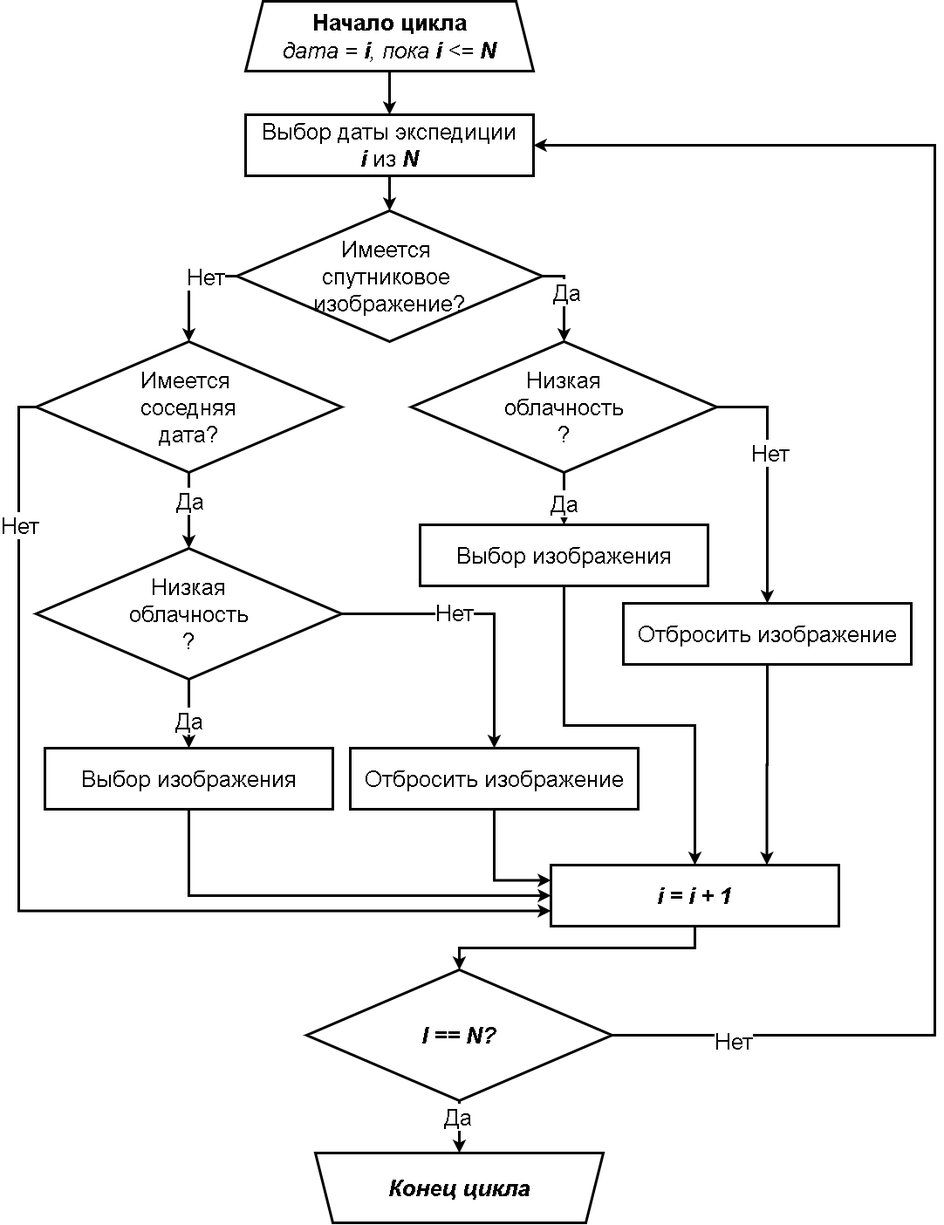
Yerlan999/CowsGPSTracker-KazATU keeps this draw.io diagram as diagrams/Images Filtering Diagram.png. Above is the earlier version. Source tidied: cells renumbered, new cells last; positions are measured from the earlier drawing's top-left corner, leaving out a move shared by most shapes. The source it was exported from:
```xml
<mxGraphModel>
  <root>
    <mxCell id="0" />
    <mxCell id="1" parent="0" />
    <mxCell id="2" style="edgeStyle=orthogonalEdgeStyle;rounded=0;jettySize=auto;html=1;exitX=0.5;exitY=1;exitDx=0;exitDy=0;entryX=0.5;entryY=0;entryDx=0;entryDy=0;strokeWidth=3;fontSize=26;" parent="1" edge="1" source="3" target="23">
      <mxGeometry relative="1" as="geometry" />
    </mxCell>
    <mxCell id="3" value="&lt;span style=&quot;font-size: 26px;&quot;&gt;&lt;font style=&quot;font-size: 26px;&quot;&gt;Выбор даты экспедиции&lt;br style=&quot;font-size: 26px;&quot;&gt;&lt;b style=&quot;font-style: italic; font-size: 26px;&quot;&gt;i &lt;/b&gt;из &lt;b style=&quot;font-style: italic; font-size: 26px;&quot;&gt;N&lt;/b&gt;&lt;/font&gt;&lt;/span&gt;" style="rounded=0;whiteSpace=wrap;html=1;strokeWidth=3;fontSize=26;" parent="1" vertex="1">
      <mxGeometry x="240" y="130" width="330" height="70" as="geometry" />
    </mxCell>
    <mxCell id="4" style="edgeStyle=orthogonalEdgeStyle;rounded=0;jettySize=auto;html=1;exitX=0.5;exitY=1;exitDx=0;exitDy=0;entryX=0.5;entryY=0;entryDx=0;entryDy=0;strokeWidth=3;fontSize=26;" parent="1" edge="1" source="8" target="32">
      <mxGeometry relative="1" as="geometry" />
    </mxCell>
    <mxCell id="5" value="Да" style="edgeLabel;html=1;align=center;verticalAlign=middle;fontSize=26;" parent="4" vertex="1">
      <mxGeometry x="-0.28" relative="1" as="geometry" />
    </mxCell>
    <mxCell id="6" style="edgeStyle=orthogonalEdgeStyle;rounded=0;jettySize=auto;html=1;exitX=0;exitY=0.5;exitDx=0;exitDy=0;entryX=0;entryY=0.75;entryDx=0;entryDy=0;strokeWidth=3;fontSize=26;" parent="1" edge="1" source="8" target="38">
      <mxGeometry relative="1" as="geometry" />
    </mxCell>
    <mxCell id="7" value="Нет" style="edgeLabel;html=1;align=center;verticalAlign=middle;fontSize=26;" parent="6" vertex="1">
      <mxGeometry x="-0.74" relative="1" as="geometry" />
    </mxCell>
    <mxCell id="8" value="&lt;span style=&quot;font-size: 26px;&quot;&gt;&lt;font style=&quot;font-size: 26px;&quot;&gt;Имеется &lt;br style=&quot;font-size: 26px;&quot;&gt;соседняя&lt;br style=&quot;font-size: 26px;&quot;&gt;дата?&lt;/font&gt;&lt;/span&gt;" style="rhombus;whiteSpace=wrap;html=1;strokeWidth=3;fontSize=26;" parent="1" vertex="1">
      <mxGeometry y="390" width="350" height="150" as="geometry" />
    </mxCell>
    <mxCell id="9" style="edgeStyle=orthogonalEdgeStyle;rounded=0;jettySize=auto;html=1;exitX=0.5;exitY=1;exitDx=0;exitDy=0;entryX=0.5;entryY=0;entryDx=0;entryDy=0;strokeWidth=3;fontSize=26;" parent="1" edge="1" source="13" target="25">
      <mxGeometry relative="1" as="geometry" />
    </mxCell>
    <mxCell id="10" value="Да" style="edgeLabel;html=1;align=center;verticalAlign=middle;fontSize=26;" parent="9" vertex="1">
      <mxGeometry x="0.17" y="-1" relative="1" as="geometry" />
    </mxCell>
    <mxCell id="11" style="edgeStyle=orthogonalEdgeStyle;rounded=0;jettySize=auto;html=1;exitX=1;exitY=0.5;exitDx=0;exitDy=0;entryX=0.5;entryY=0;entryDx=0;entryDy=0;strokeWidth=3;fontSize=26;" parent="1" edge="1" source="13" target="27">
      <mxGeometry relative="1" as="geometry" />
    </mxCell>
    <mxCell id="12" value="Нет" style="edgeLabel;html=1;align=center;verticalAlign=middle;fontSize=26;" parent="11" vertex="1">
      <mxGeometry x="-0.22" y="2" relative="1" as="geometry" />
    </mxCell>
    <mxCell id="13" value="&lt;span style=&quot;font-size: 26px;&quot;&gt;Низкая&lt;br style=&quot;font-size: 26px;&quot;&gt;облачность&lt;br style=&quot;font-size: 26px;&quot;&gt;?&lt;/span&gt;" style="rhombus;whiteSpace=wrap;html=1;strokeWidth=3;fontSize=26;" parent="1" vertex="1">
      <mxGeometry x="430" y="390" width="350" height="150" as="geometry" />
    </mxCell>
    <mxCell id="14" style="edgeStyle=orthogonalEdgeStyle;rounded=0;jettySize=auto;html=1;exitX=0.5;exitY=1;exitDx=0;exitDy=0;entryX=0.5;entryY=0;entryDx=0;entryDy=0;strokeWidth=3;fontSize=26;" parent="1" edge="1" source="15" target="3">
      <mxGeometry relative="1" as="geometry" />
    </mxCell>
    <mxCell id="15" value="&lt;span style=&quot;font-size: 26px;&quot;&gt;&lt;b style=&quot;font-size: 26px;&quot;&gt;Начало цикла&lt;/b&gt;&lt;br style=&quot;font-size: 26px;&quot;&gt;&lt;i style=&quot;font-size: 26px;&quot;&gt;дата = &lt;b style=&quot;font-size: 26px;&quot;&gt;i&lt;/b&gt;, пока&amp;nbsp;&lt;/i&gt;&lt;b style=&quot;font-style: italic; font-size: 26px;&quot;&gt;i &lt;/b&gt;&lt;span style=&quot;font-style: italic; font-size: 26px;&quot;&gt;&amp;lt;=&lt;/span&gt;&lt;i style=&quot;font-size: 26px;&quot;&gt;&amp;nbsp;&lt;/i&gt;&lt;b style=&quot;font-style: italic; font-size: 26px;&quot;&gt;N&lt;/b&gt;&lt;br style=&quot;font-size: 26px;&quot;&gt;&lt;/span&gt;" style="shape=trapezoid;perimeter=trapezoidPerimeter;whiteSpace=wrap;html=1;fixedSize=1;strokeWidth=3;fontSize=26;" parent="1" vertex="1">
      <mxGeometry x="240" width="330" height="80" as="geometry" />
    </mxCell>
    <mxCell id="16" style="group;fontSize=26;" parent="1" vertex="1">
      <mxGeometry x="320" y="1320" width="330" height="80" as="geometry" />
    </mxCell>
    <mxCell id="17" style="shape=trapezoid;perimeter=trapezoidPerimeter;whiteSpace=wrap;html=1;fixedSize=1;strokeWidth=3;rotation=-180;horizontal=1;verticalAlign=middle;fontSize=26;" parent="16" vertex="1">
      <mxGeometry width="330" height="80" as="geometry" />
    </mxCell>
    <mxCell id="18" value="&lt;i style=&quot;font-size: 26px;&quot;&gt;&lt;b style=&quot;font-size: 26px;&quot;&gt;Конец цикла&lt;/b&gt;&lt;/i&gt;" style="text;html=1;strokeColor=none;fillColor=none;align=center;verticalAlign=middle;whiteSpace=wrap;rounded=0;fontSize=26;" parent="16" vertex="1">
      <mxGeometry x="60" y="30" width="210" height="20" as="geometry" />
    </mxCell>
    <mxCell id="19" style="edgeStyle=orthogonalEdgeStyle;rounded=0;jettySize=auto;html=1;exitX=1;exitY=0.5;exitDx=0;exitDy=0;entryX=0.5;entryY=0;entryDx=0;entryDy=0;fontSize=26;strokeWidth=3;" parent="1" edge="1" source="23" target="13">
      <mxGeometry relative="1" as="geometry" />
    </mxCell>
    <mxCell id="20" value="Да" style="edgeLabel;html=1;align=center;verticalAlign=middle;fontSize=26;" parent="19" vertex="1">
      <mxGeometry x="-0.13" y="2" relative="1" as="geometry" />
    </mxCell>
    <mxCell id="21" style="edgeStyle=orthogonalEdgeStyle;rounded=0;jettySize=auto;html=1;exitX=0;exitY=0.5;exitDx=0;exitDy=0;entryX=0.5;entryY=0;entryDx=0;entryDy=0;strokeWidth=3;fontSize=26;" parent="1" edge="1" source="23" target="8">
      <mxGeometry relative="1" as="geometry" />
    </mxCell>
    <mxCell id="22" value="Нет" style="edgeLabel;html=1;align=center;verticalAlign=middle;fontSize=26;" parent="21" vertex="1">
      <mxGeometry x="-0.43" relative="1" as="geometry" />
    </mxCell>
    <mxCell id="23" value="&lt;span style=&quot;font-size: 26px;&quot;&gt;&lt;font style=&quot;font-size: 26px;&quot;&gt;Имеется &lt;br style=&quot;font-size: 26px;&quot;&gt;спутниковое &lt;br style=&quot;font-size: 26px;&quot;&gt;изображение?&lt;/font&gt;&lt;/span&gt;" style="rhombus;whiteSpace=wrap;html=1;strokeWidth=3;fontSize=26;" parent="1" vertex="1">
      <mxGeometry x="230" y="240" width="350" height="150" as="geometry" />
    </mxCell>
    <mxCell id="24" style="edgeStyle=orthogonalEdgeStyle;rounded=0;jettySize=auto;html=1;exitX=0.5;exitY=1;exitDx=0;exitDy=0;entryX=0.5;entryY=0;entryDx=0;entryDy=0;strokeWidth=3;fontSize=26;" parent="1" edge="1" source="25" target="38">
      <mxGeometry relative="1" as="geometry" />
    </mxCell>
    <mxCell id="25" value="&lt;span style=&quot;font-size: 26px;&quot;&gt;&lt;font style=&quot;font-size: 26px;&quot;&gt;Выбор изображения&lt;/font&gt;&lt;/span&gt;" style="rounded=0;whiteSpace=wrap;html=1;strokeWidth=3;fontSize=26;" parent="1" vertex="1">
      <mxGeometry x="440" y="600" width="330" height="70" as="geometry" />
    </mxCell>
    <mxCell id="26" style="edgeStyle=orthogonalEdgeStyle;rounded=0;jettySize=auto;html=1;exitX=0.5;exitY=1;exitDx=0;exitDy=0;entryX=0.75;entryY=0;entryDx=0;entryDy=0;strokeWidth=3;fontSize=26;" parent="1" edge="1" source="27" target="38">
      <mxGeometry relative="1" as="geometry" />
    </mxCell>
    <mxCell id="27" value="&lt;span style=&quot;font-size: 26px;&quot;&gt;&lt;font style=&quot;font-size: 26px;&quot;&gt;Отбросить изображение&lt;/font&gt;&lt;/span&gt;" style="rounded=0;whiteSpace=wrap;html=1;strokeWidth=3;fontSize=26;" parent="1" vertex="1">
      <mxGeometry x="673" y="690" width="330" height="70" as="geometry" />
    </mxCell>
    <mxCell id="28" style="edgeStyle=orthogonalEdgeStyle;rounded=0;jettySize=auto;html=1;exitX=0.5;exitY=1;exitDx=0;exitDy=0;entryX=0.5;entryY=0;entryDx=0;entryDy=0;strokeWidth=3;fontSize=26;" parent="1" edge="1" source="32" target="34">
      <mxGeometry relative="1" as="geometry" />
    </mxCell>
    <mxCell id="29" value="Да" style="edgeLabel;html=1;align=center;verticalAlign=middle;fontSize=26;" parent="28" vertex="1">
      <mxGeometry x="0.17" y="-1" relative="1" as="geometry" />
    </mxCell>
    <mxCell id="30" style="edgeStyle=orthogonalEdgeStyle;rounded=0;jettySize=auto;html=1;exitX=1;exitY=0.5;exitDx=0;exitDy=0;entryX=0.5;entryY=0;entryDx=0;entryDy=0;strokeWidth=3;fontSize=26;" parent="1" edge="1" source="32" target="36">
      <mxGeometry relative="1" as="geometry" />
    </mxCell>
    <mxCell id="31" value="Нет" style="edgeLabel;html=1;align=center;verticalAlign=middle;fontSize=26;" parent="30" vertex="1">
      <mxGeometry x="-0.22" y="2" relative="1" as="geometry" />
    </mxCell>
    <mxCell id="32" value="&lt;span style=&quot;font-size: 26px;&quot;&gt;Низкая&lt;br style=&quot;font-size: 26px;&quot;&gt;облачность&lt;br style=&quot;font-size: 26px;&quot;&gt;?&lt;/span&gt;" style="rhombus;whiteSpace=wrap;html=1;strokeWidth=3;fontSize=26;" parent="1" vertex="1">
      <mxGeometry y="627" width="350" height="150" as="geometry" />
    </mxCell>
    <mxCell id="33" style="edgeStyle=orthogonalEdgeStyle;rounded=0;jettySize=auto;html=1;exitX=0.5;exitY=1;exitDx=0;exitDy=0;entryX=0;entryY=0.5;entryDx=0;entryDy=0;strokeWidth=3;fontSize=26;" parent="1" edge="1" source="34" target="38">
      <mxGeometry relative="1" as="geometry" />
    </mxCell>
    <mxCell id="34" value="&lt;span style=&quot;font-size: 26px;&quot;&gt;&lt;font style=&quot;font-size: 26px;&quot;&gt;Выбор изображения&lt;/font&gt;&lt;/span&gt;" style="rounded=0;whiteSpace=wrap;html=1;strokeWidth=3;fontSize=26;" parent="1" vertex="1">
      <mxGeometry x="10" y="856" width="330" height="70" as="geometry" />
    </mxCell>
    <mxCell id="35" style="edgeStyle=orthogonalEdgeStyle;rounded=0;jettySize=auto;html=1;exitX=0.5;exitY=1;exitDx=0;exitDy=0;entryX=0;entryY=0.25;entryDx=0;entryDy=0;strokeWidth=3;fontSize=26;" parent="1" edge="1" source="36" target="38">
      <mxGeometry relative="1" as="geometry" />
    </mxCell>
    <mxCell id="36" value="&lt;span style=&quot;font-size: 26px;&quot;&gt;&lt;font style=&quot;font-size: 26px;&quot;&gt;Отбросить изображение&lt;/font&gt;&lt;/span&gt;" style="rounded=0;whiteSpace=wrap;html=1;strokeWidth=3;fontSize=26;" parent="1" vertex="1">
      <mxGeometry x="360" y="856" width="330" height="70" as="geometry" />
    </mxCell>
    <mxCell id="37" style="edgeStyle=orthogonalEdgeStyle;rounded=0;jettySize=auto;html=1;exitX=0.5;exitY=1;exitDx=0;exitDy=0;entryX=0.5;entryY=0;entryDx=0;entryDy=0;strokeWidth=3;fontSize=26;" parent="1" edge="1" source="38" target="43">
      <mxGeometry relative="1" as="geometry" />
    </mxCell>
    <mxCell id="38" value="&lt;i style=&quot;font-size: 26px;&quot;&gt;&lt;b style=&quot;font-size: 26px;&quot;&gt;i = i + 1&lt;/b&gt;&lt;/i&gt;" style="rounded=0;whiteSpace=wrap;html=1;strokeWidth=3;fontSize=26;" parent="1" vertex="1">
      <mxGeometry x="590" y="990" width="330" height="70" as="geometry" />
    </mxCell>
    <mxCell id="39" style="edgeStyle=orthogonalEdgeStyle;rounded=0;jettySize=auto;html=1;exitX=0.5;exitY=1;exitDx=0;exitDy=0;entryX=0.5;entryY=1;entryDx=0;entryDy=0;strokeWidth=3;fontSize=26;" parent="1" edge="1" source="43" target="17">
      <mxGeometry relative="1" as="geometry" />
    </mxCell>
    <mxCell id="40" value="Да" style="edgeLabel;html=1;align=center;verticalAlign=middle;fontSize=26;" parent="39" vertex="1">
      <mxGeometry x="-0.37" y="-3" relative="1" as="geometry" />
    </mxCell>
    <mxCell id="41" style="edgeStyle=orthogonalEdgeStyle;rounded=0;jettySize=auto;html=1;exitX=1;exitY=0.5;exitDx=0;exitDy=0;entryX=1;entryY=0.5;entryDx=0;entryDy=0;strokeWidth=3;fontSize=26;" parent="1" edge="1" source="43" target="3">
      <mxGeometry relative="1" as="geometry">
        <Array as="points">
          <mxPoint x="1030" y="1185" />
          <mxPoint x="1030" y="165" />
        </Array>
      </mxGeometry>
    </mxCell>
    <mxCell id="42" value="Нет" style="edgeLabel;html=1;align=center;verticalAlign=middle;fontSize=26;" parent="41" vertex="1">
      <mxGeometry x="-0.85" y="-6" relative="1" as="geometry" />
    </mxCell>
    <mxCell id="43" value="&lt;span style=&quot;font-size: 26px;&quot;&gt;&lt;b style=&quot;font-size: 26px;&quot;&gt;&lt;i style=&quot;font-size: 26px;&quot;&gt;I == N?&lt;/i&gt;&lt;/b&gt;&lt;/span&gt;" style="rhombus;whiteSpace=wrap;html=1;strokeWidth=3;fontSize=26;" parent="1" vertex="1">
      <mxGeometry x="310" y="1110" width="350" height="150" as="geometry" />
    </mxCell>
  </root>
</mxGraphModel>
```
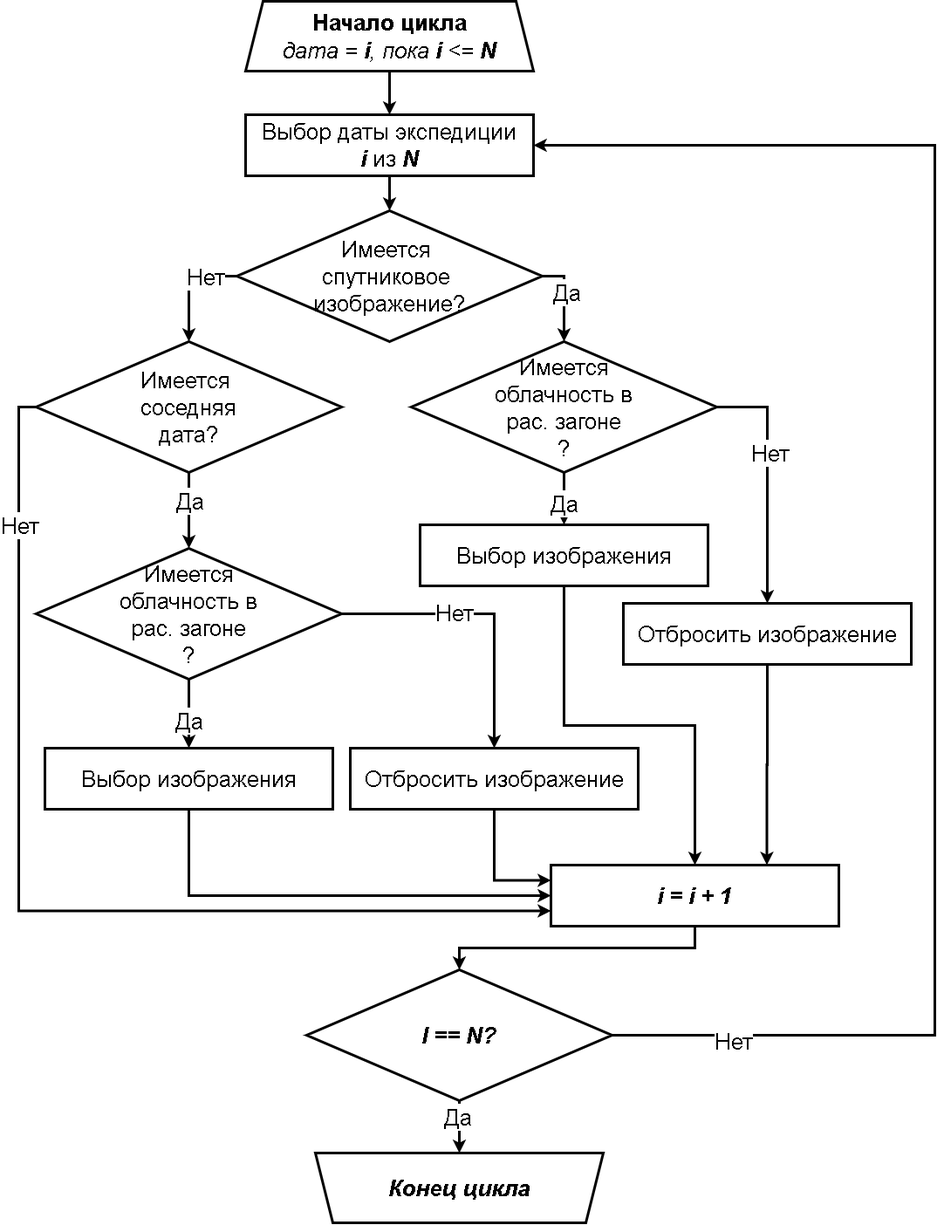
The same diagram one commit later.

Diff of the diagram source:
```diff
@@ -35,7 +35,7 @@
     <mxCell id="12" value="Нет" style="edgeLabel;html=1;align=center;verticalAlign=middle;fontSize=26;" parent="11" vertex="1">
       <mxGeometry x="-0.22" y="2" relative="1" as="geometry" />
     </mxCell>
-    <mxCell id="13" value="&lt;span style=&quot;font-size: 26px;&quot;&gt;Низкая&lt;br style=&quot;font-size: 26px;&quot;&gt;облачность&lt;br style=&quot;font-size: 26px;&quot;&gt;?&lt;/span&gt;" style="rhombus;whiteSpace=wrap;html=1;strokeWidth=3;fontSize=26;" parent="1" vertex="1">
+    <mxCell id="13" value="Имеется&lt;br&gt;облачность в&lt;br&gt;рас. загоне&lt;br&gt;?" style="rhombus;whiteSpace=wrap;html=1;strokeWidth=3;fontSize=26;" parent="1" vertex="1">
       <mxGeometry x="430" y="390" width="350" height="150" as="geometry" />
     </mxCell>
     <mxCell id="14" style="edgeStyle=orthogonalEdgeStyle;rounded=0;jettySize=auto;html=1;exitX=0.5;exitY=1;exitDx=0;exitDy=0;entryX=0.5;entryY=0;entryDx=0;entryDy=0;strokeWidth=3;fontSize=26;" parent="1" edge="1" source="15" target="3">
@@ -92,7 +92,7 @@
     <mxCell id="31" value="Нет" style="edgeLabel;html=1;align=center;verticalAlign=middle;fontSize=26;" parent="30" vertex="1">
       <mxGeometry x="-0.22" y="2" relative="1" as="geometry" />
     </mxCell>
-    <mxCell id="32" value="&lt;span style=&quot;font-size: 26px;&quot;&gt;Низкая&lt;br style=&quot;font-size: 26px;&quot;&gt;облачность&lt;br style=&quot;font-size: 26px;&quot;&gt;?&lt;/span&gt;" style="rhombus;whiteSpace=wrap;html=1;strokeWidth=3;fontSize=26;" parent="1" vertex="1">
+    <mxCell id="32" value="&lt;span style=&quot;font-size: 26px&quot;&gt;Имеется&lt;br&gt;облачность в&lt;br&gt;рас. загоне&lt;br style=&quot;font-size: 26px&quot;&gt;?&lt;/span&gt;" style="rhombus;whiteSpace=wrap;html=1;strokeWidth=3;fontSize=26;" parent="1" vertex="1">
       <mxGeometry y="627" width="350" height="150" as="geometry" />
     </mxCell>
     <mxCell id="33" style="edgeStyle=orthogonalEdgeStyle;rounded=0;jettySize=auto;html=1;exitX=0.5;exitY=1;exitDx=0;exitDy=0;entryX=0;entryY=0.5;entryDx=0;entryDy=0;strokeWidth=3;fontSize=26;" parent="1" edge="1" source="34" target="38">
```
